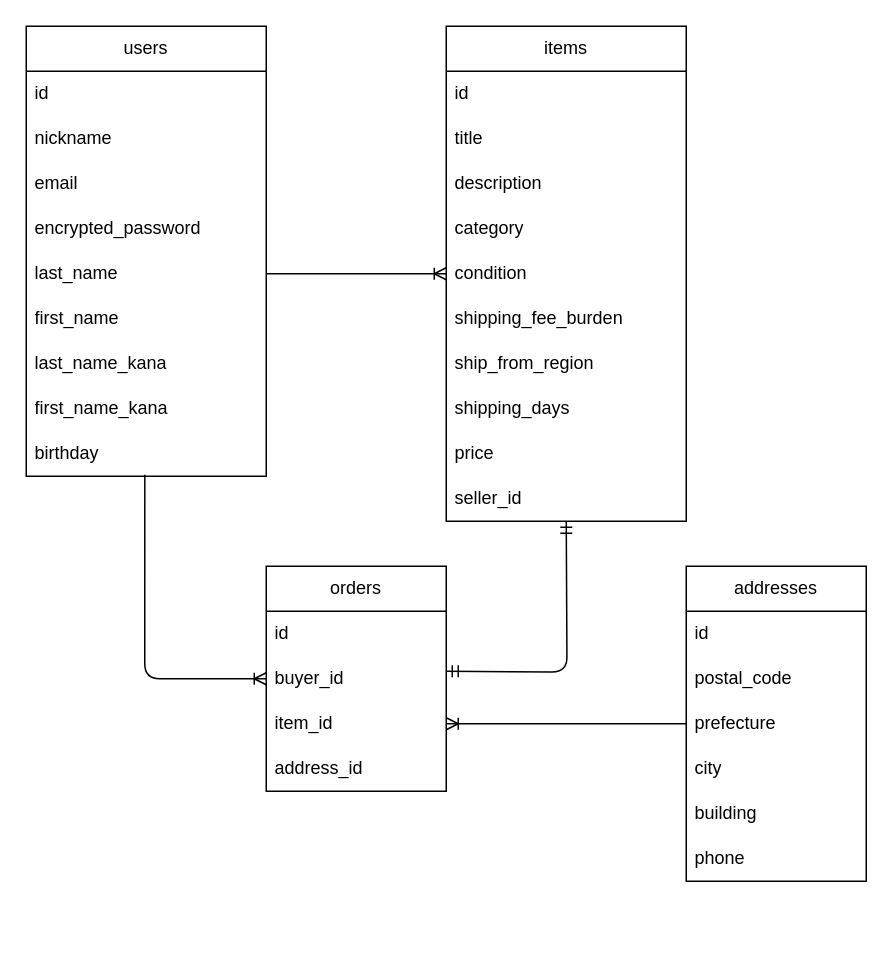
Above: DB.dio in Towa0424/furima-46258 (draw.io), before the change. Source tidied: cells renumbered, new cells numbered last; positions are measured from the earlier drawing's top-left corner, leaving out a move shared by most shapes. Both pictures are drawn from the tidied source at 150%, with x=0, y=0 at pixel (26, 26).
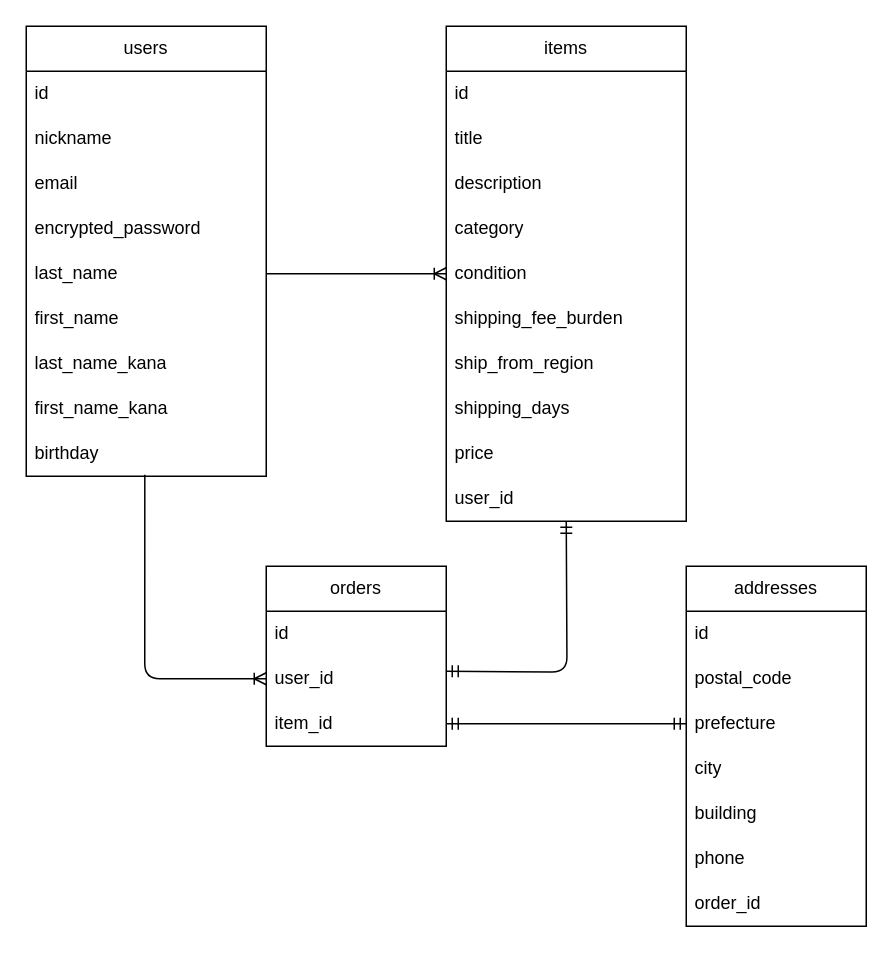
The same page after the edit.

Commit message (it also covers changes not shown here):
DB設計の修正

Unchanged cells that the change refers to:
```xml
<mxCell id="12" value="items" style="swimlane;fontStyle=0;horizontal=1;startSize=30;whiteSpace=wrap;html=1;" parent="1" vertex="1">
  <mxGeometry x="280" width="160" height="330" as="geometry" />
</mxCell>
<mxCell id="26" value="item_id" style="text;strokeColor=none;fillColor=none;align=left;verticalAlign=middle;spacingLeft=4;spacingRight=4;overflow=hidden;points=[[0,0.5],[1,0.5]];portConstraint=eastwest;whiteSpace=wrap;html=1;" parent="23" vertex="1">
  <mxGeometry y="90" width="120" height="30" as="geometry" />
</mxCell>
<mxCell id="31" value="prefecture" style="text;strokeColor=none;fillColor=none;align=left;verticalAlign=middle;spacingLeft=4;spacingRight=4;overflow=hidden;points=[[0,0.5],[1,0.5]];portConstraint=eastwest;whiteSpace=wrap;html=1;" parent="28" vertex="1">
  <mxGeometry y="90" width="120" height="30" as="geometry" />
</mxCell>
```

What changed in the source:
```diff
@@
-    <mxCell id="22" value="seller_id" style="text;strokeColor=none;fillColor=none;align=left;verticalAlign=middle;spacingLeft=4;spacingRight=4;overflow=hidden;whiteSpace=wrap;html=1;" parent="12" vertex="1">
-      <mxGeometry y="300" width="160" height="30" as="geometry" />
-    </mxCell>
+    <mxCell id="39" value="user_id" style="text;strokeColor=none;fillColor=none;align=left;verticalAlign=middle;spacingLeft=4;spacingRight=4;overflow=hidden;whiteSpace=wrap;html=1;" parent="12" vertex="1">
+      <mxGeometry y="300" width="160" height="30" as="geometry" />
+    </mxCell>
     <mxCell id="23" value="orders" style="swimlane;fontStyle=0;horizontal=1;startSize=30;whiteSpace=wrap;html=1;" parent="1" vertex="1">
-      <mxGeometry x="160" y="360" width="120" height="150" as="geometry" />
+      <mxGeometry x="160" y="360" width="120" height="120" as="geometry" />
     </mxCell>
@@
-    <mxCell id="25" value="buyer_id" style="text;strokeColor=none;fillColor=none;align=left;verticalAlign=middle;spacingLeft=4;spacingRight=4;overflow=hidden;points=[[0,0.5],[1,0.5]];portConstraint=eastwest;whiteSpace=wrap;html=1;" parent="23" vertex="1">
+    <mxCell id="25" value="user_id" style="text;strokeColor=none;fillColor=none;align=left;verticalAlign=middle;spacingLeft=4;spacingRight=4;overflow=hidden;points=[[0,0.5],[1,0.5]];portConstraint=eastwest;whiteSpace=wrap;html=1;" parent="23" vertex="1">
       <mxGeometry y="60" width="120" height="30" as="geometry" />
     </mxCell>
@@
-    <mxCell id="27" value="address_id" style="text;strokeColor=none;fillColor=none;align=left;verticalAlign=middle;spacingLeft=4;spacingRight=4;overflow=hidden;whiteSpace=wrap;html=1;" parent="23" vertex="1">
-      <mxGeometry y="120" width="120" height="30" as="geometry" />
-    </mxCell>
     <mxCell id="28" value="addresses" style="swimlane;fontStyle=0;horizontal=1;startSize=30;whiteSpace=wrap;html=1;" parent="1" vertex="1">
-      <mxGeometry x="440" y="360" width="120" height="210" as="geometry" />
+      <mxGeometry x="440" y="360" width="120" height="240" as="geometry" />
     </mxCell>
@@
+    <mxCell id="40" value="order_id" style="text;strokeColor=none;fillColor=none;align=left;verticalAlign=middle;spacingLeft=4;spacingRight=4;overflow=hidden;whiteSpace=wrap;html=1;" parent="28" vertex="1">
+      <mxGeometry y="210" width="120" height="30" as="geometry" />
+    </mxCell>
@@
-    <mxCell id="37" style="edgeStyle=entityRelationEdgeStyle;fontSize=12;html=1;endArrow=ERoneToMany;exitX=0;exitY=0.5;exitDx=0;exitDy=0;entryX=1;entryY=0.5;entryDx=0;entryDy=0;" parent="1" edge="1" source="31" target="26">
-      <mxGeometry relative="1" as="geometry" />
-    </mxCell>
@@
+    <mxCell id="41" style="edgeStyle=entityRelationEdgeStyle;fontSize=12;html=1;endArrow=ERmandOne;startArrow=ERmandOne;exitX=1;exitY=0.5;exitDx=0;exitDy=0;entryX=0;entryY=0.5;entryDx=0;entryDy=0;" parent="1" edge="1" source="26" target="31">
+      <mxGeometry relative="1" as="geometry" />
+    </mxCell>
```
